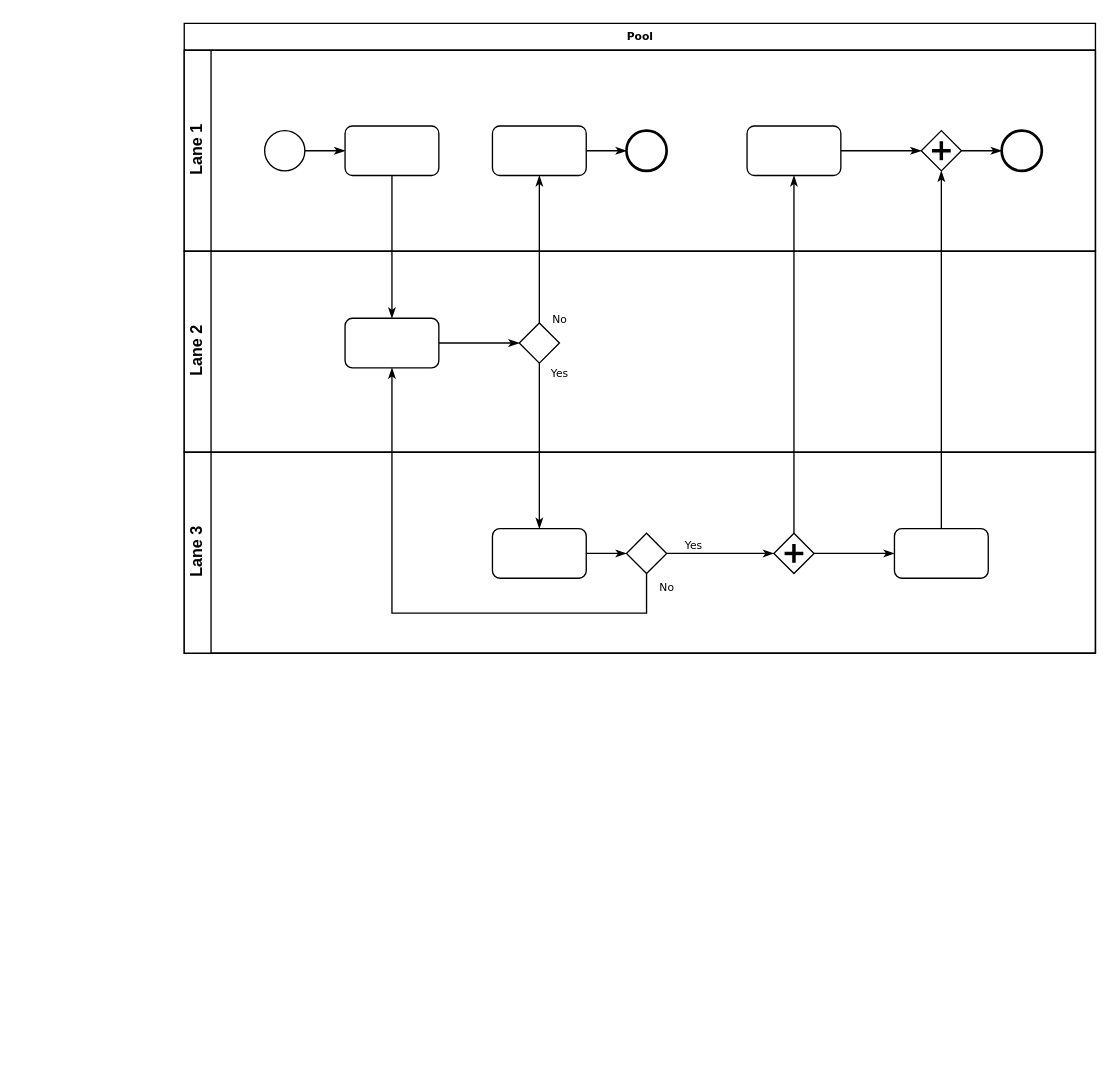
Before: Untitled Diagram.drawio in tug49083/test, a draw.io diagram. Source tidied: cells renumbered, new cells numbered last; positions are measured from the earlier drawing's top-left corner, leaving out a move shared by most shapes. Both pictures are drawn from the tidied source at 134%, with x=0, y=0 at pixel (184, 23).
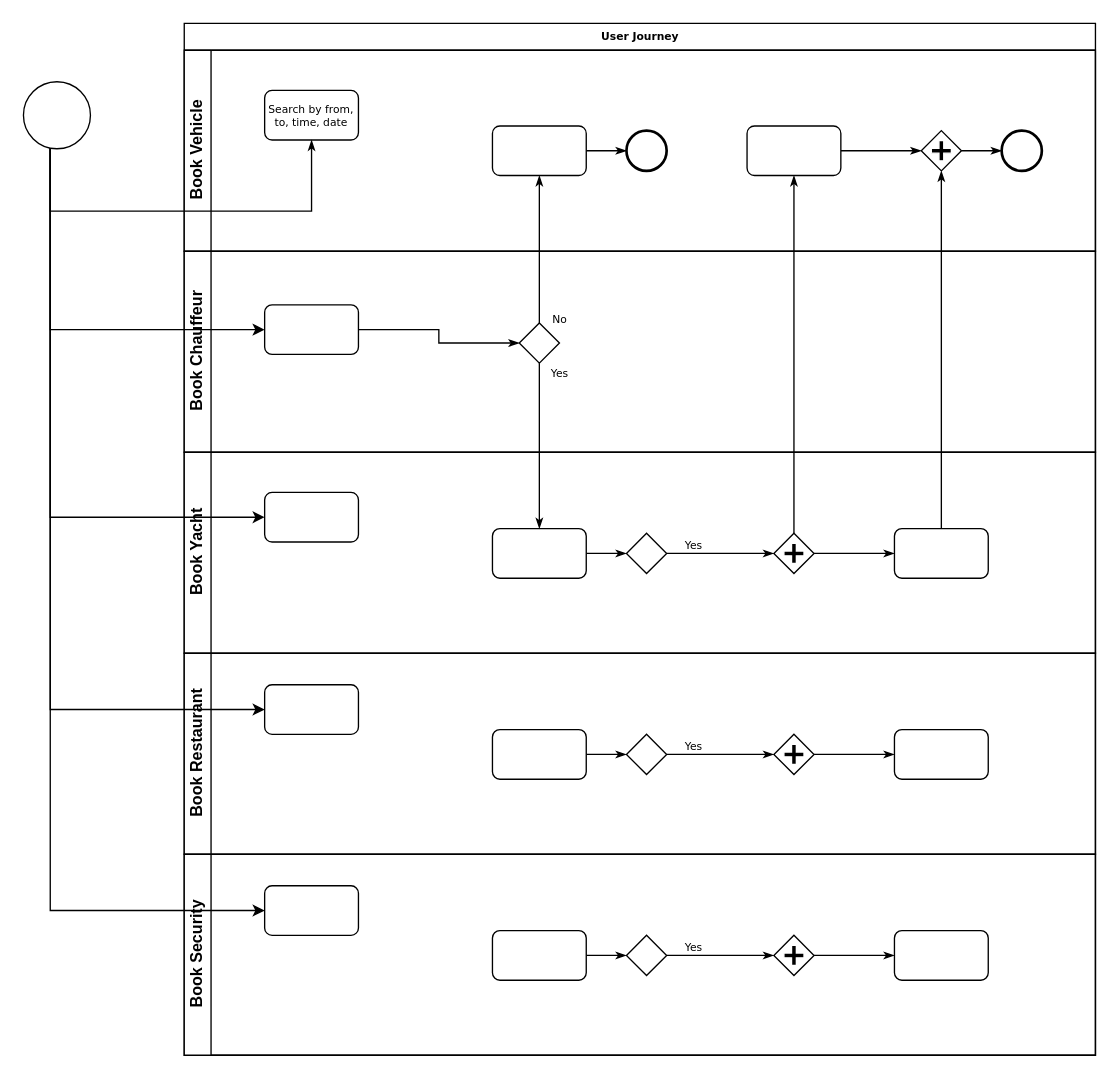
The same diagram, later.

The change refers to these unchanged cells:
```xml
<mxCell id="23" style="strokeWidth=1;html=1;shape=mxgraph.flowchart.decision;whiteSpace=wrap;rounded=1;shadow=0;labelBackgroundColor=none;fontFamily=Verdana;fontSize=8;align=center;" parent="19" vertex="1">
  <mxGeometry x="330" y="60.5" width="30" height="30" as="geometry" />
</mxCell>
```

Diff of the diagram source:
```diff
@@
-    <mxCell id="2" value="Pool" style="swimlane;html=1;horizontal=1;startSize=20;rounded=0;shadow=0;labelBackgroundColor=none;strokeWidth=1;fontFamily=Verdana;fontSize=8;align=center;" parent="1" vertex="1">
-      <mxGeometry width="680" height="470" as="geometry" />
+    <mxCell id="2" value="User Journey" style="swimlane;html=1;horizontal=1;startSize=20;rounded=0;shadow=0;labelBackgroundColor=none;strokeWidth=1;fontFamily=Verdana;fontSize=8;align=center;" parent="1" vertex="1">
+      <mxGeometry width="680" height="770" as="geometry" />
     </mxCell>
-    <mxCell id="3" value="Lane 1" style="swimlane;html=1;startSize=20;horizontal=0;" parent="2" vertex="1">
+    <mxCell id="3" value="Book Vehicle" style="swimlane;html=1;startSize=20;horizontal=0;" parent="2" vertex="1">
       <mxGeometry y="20" width="680" height="150" as="geometry" />
     </mxCell>
-    <mxCell id="4" style="edgeStyle=orthogonalEdgeStyle;rounded=0;html=1;labelBackgroundColor=none;startArrow=none;startFill=0;startSize=5;endArrow=classicThin;endFill=1;endSize=5;jettySize=auto;strokeWidth=1;fontFamily=Verdana;fontSize=8;" parent="3" edge="1" source="5" target="6">
-      <mxGeometry relative="1" as="geometry" />
-    </mxCell>
-    <mxCell id="5" style="ellipse;whiteSpace=wrap;html=1;rounded=0;shadow=0;labelBackgroundColor=none;strokeWidth=1;fontFamily=Verdana;fontSize=8;align=center;" parent="3" vertex="1">
-      <mxGeometry x="60" y="60" width="30" height="30" as="geometry" />
-    </mxCell>
-    <mxCell id="6" style="rounded=1;whiteSpace=wrap;html=1;shadow=0;labelBackgroundColor=none;strokeWidth=1;fontFamily=Verdana;fontSize=8;align=center;" parent="3" vertex="1">
-      <mxGeometry x="120" y="56.5" width="70" height="37" as="geometry" />
+    <mxCell id="6" value="Search by from, to, time, date" style="rounded=1;whiteSpace=wrap;html=1;shadow=0;labelBackgroundColor=none;strokeWidth=1;fontFamily=Verdana;fontSize=8;align=center;" parent="3" vertex="1">
+      <mxGeometry x="60" y="30" width="70" height="37" as="geometry" />
     </mxCell>
@@
-    <mxCell id="15" value="Lane 2" style="swimlane;html=1;startSize=20;horizontal=0;" parent="2" vertex="1">
+    <mxCell id="15" value="Book Chauffeur" style="swimlane;html=1;startSize=20;horizontal=0;" parent="2" vertex="1">
       <mxGeometry y="170" width="680" height="150" as="geometry" />
     </mxCell>
@@
     <mxCell id="17" style="rounded=1;whiteSpace=wrap;html=1;shadow=0;labelBackgroundColor=none;strokeWidth=1;fontFamily=Verdana;fontSize=8;align=center;" parent="15" vertex="1">
-      <mxGeometry x="120" y="50" width="70" height="37" as="geometry" />
+      <mxGeometry x="60" y="40" width="70" height="37" as="geometry" />
     </mxCell>
@@
-    <mxCell id="19" value="Lane 3" style="swimlane;html=1;startSize=20;horizontal=0;" parent="2" vertex="1">
+    <mxCell id="19" value="Book Yacht" style="swimlane;html=1;startSize=20;horizontal=0;" parent="2" vertex="1">
       <mxGeometry y="320" width="680" height="150" as="geometry" />
     </mxCell>
@@
-    <mxCell id="27" style="edgeStyle=orthogonalEdgeStyle;rounded=0;html=1;labelBackgroundColor=none;startArrow=none;startFill=0;startSize=5;endArrow=classicThin;endFill=1;endSize=5;jettySize=auto;strokeWidth=1;fontFamily=Verdana;fontSize=8;" parent="2" edge="1" source="6" target="17">
-      <mxGeometry relative="1" as="geometry" />
-    </mxCell>
+    <mxCell id="33" style="rounded=1;whiteSpace=wrap;html=1;shadow=0;labelBackgroundColor=none;strokeWidth=1;fontFamily=Verdana;fontSize=8;align=center;" parent="19" vertex="1">
+      <mxGeometry x="60" y="30" width="70" height="37" as="geometry" />
+    </mxCell>
+    <mxCell id="34" value="Book Restaurant" style="swimlane;html=1;startSize=20;horizontal=0;" parent="2" vertex="1">
+      <mxGeometry y="470" width="680" height="150" as="geometry" />
+    </mxCell>
+    <mxCell id="35" style="edgeStyle=orthogonalEdgeStyle;rounded=0;html=1;labelBackgroundColor=none;startArrow=none;startFill=0;startSize=5;endArrow=classicThin;endFill=1;endSize=5;jettySize=auto;strokeWidth=1;fontFamily=Verdana;fontSize=8;" parent="34" edge="1" source="36" target="38">
+      <mxGeometry relative="1" as="geometry" />
+    </mxCell>
+    <mxCell id="36" style="rounded=1;whiteSpace=wrap;html=1;shadow=0;labelBackgroundColor=none;strokeWidth=1;fontFamily=Verdana;fontSize=8;align=center;" parent="34" vertex="1">
+      <mxGeometry x="230" y="57" width="70" height="37" as="geometry" />
+    </mxCell>
+    <mxCell id="37" value="Yes" style="edgeStyle=orthogonalEdgeStyle;rounded=0;html=1;entryX=0;entryY=0.5;labelBackgroundColor=none;startArrow=none;startFill=0;startSize=5;endArrow=classicThin;endFill=1;endSize=5;jettySize=auto;strokeWidth=1;fontFamily=Verdana;fontSize=8;" parent="34" edge="1" source="38" target="40">
+      <mxGeometry x="-0.5" y="6" relative="1" as="geometry" />
+    </mxCell>
+    <mxCell id="38" style="strokeWidth=1;html=1;shape=mxgraph.flowchart.decision;whiteSpace=wrap;rounded=1;shadow=0;labelBackgroundColor=none;fontFamily=Verdana;fontSize=8;align=center;" parent="34" vertex="1">
+      <mxGeometry x="330" y="60.5" width="30" height="30" as="geometry" />
+    </mxCell>
+    <mxCell id="39" style="edgeStyle=orthogonalEdgeStyle;rounded=0;html=1;labelBackgroundColor=none;startArrow=none;startFill=0;startSize=5;endArrow=classicThin;endFill=1;endSize=5;jettySize=auto;strokeColor=#000000;strokeWidth=1;fontFamily=Verdana;fontSize=8;fontColor=#000000;" parent="34" edge="1" source="40" target="41">
+      <mxGeometry relative="1" as="geometry" />
+    </mxCell>
+    <mxCell id="40" style="shape=mxgraph.bpmn.shape;html=1;verticalLabelPosition=bottom;labelBackgroundColor=#ffffff;verticalAlign=top;perimeter=rhombusPerimeter;background=gateway;outline=none;symbol=parallelGw;rounded=1;shadow=0;strokeWidth=1;fontFamily=Verdana;fontSize=8;align=center;" parent="34" vertex="1">
+      <mxGeometry x="440" y="60.5" width="30" height="30" as="geometry" />
+    </mxCell>
+    <mxCell id="41" style="rounded=1;whiteSpace=wrap;html=1;shadow=0;labelBackgroundColor=none;strokeWidth=1;fontFamily=Verdana;fontSize=8;align=center;" parent="34" vertex="1">
+      <mxGeometry x="530" y="57" width="70" height="37" as="geometry" />
+    </mxCell>
+    <mxCell id="42" style="rounded=1;whiteSpace=wrap;html=1;shadow=0;labelBackgroundColor=none;strokeWidth=1;fontFamily=Verdana;fontSize=8;align=center;" parent="34" vertex="1">
+      <mxGeometry x="60" y="23.5" width="70" height="37" as="geometry" />
+    </mxCell>
+    <mxCell id="43" value="Book Security" style="swimlane;html=1;startSize=20;horizontal=0;" parent="2" vertex="1">
+      <mxGeometry y="620" width="680" height="150" as="geometry" />
+    </mxCell>
+    <mxCell id="44" style="edgeStyle=orthogonalEdgeStyle;rounded=0;html=1;labelBackgroundColor=none;startArrow=none;startFill=0;startSize=5;endArrow=classicThin;endFill=1;endSize=5;jettySize=auto;strokeWidth=1;fontFamily=Verdana;fontSize=8;" parent="43" edge="1" source="45" target="47">
+      <mxGeometry relative="1" as="geometry" />
+    </mxCell>
+    <mxCell id="45" style="rounded=1;whiteSpace=wrap;html=1;shadow=0;labelBackgroundColor=none;strokeWidth=1;fontFamily=Verdana;fontSize=8;align=center;" parent="43" vertex="1">
+      <mxGeometry x="230" y="57" width="70" height="37" as="geometry" />
+    </mxCell>
+    <mxCell id="46" value="Yes" style="edgeStyle=orthogonalEdgeStyle;rounded=0;html=1;entryX=0;entryY=0.5;labelBackgroundColor=none;startArrow=none;startFill=0;startSize=5;endArrow=classicThin;endFill=1;endSize=5;jettySize=auto;strokeWidth=1;fontFamily=Verdana;fontSize=8;" parent="43" edge="1" source="47" target="49">
+      <mxGeometry x="-0.5" y="6" relative="1" as="geometry" />
+    </mxCell>
+    <mxCell id="47" style="strokeWidth=1;html=1;shape=mxgraph.flowchart.decision;whiteSpace=wrap;rounded=1;shadow=0;labelBackgroundColor=none;fontFamily=Verdana;fontSize=8;align=center;" parent="43" vertex="1">
+      <mxGeometry x="330" y="60.5" width="30" height="30" as="geometry" />
+    </mxCell>
+    <mxCell id="48" style="edgeStyle=orthogonalEdgeStyle;rounded=0;html=1;labelBackgroundColor=none;startArrow=none;startFill=0;startSize=5;endArrow=classicThin;endFill=1;endSize=5;jettySize=auto;strokeColor=#000000;strokeWidth=1;fontFamily=Verdana;fontSize=8;fontColor=#000000;" parent="43" edge="1" source="49" target="50">
+      <mxGeometry relative="1" as="geometry" />
+    </mxCell>
+    <mxCell id="49" style="shape=mxgraph.bpmn.shape;html=1;verticalLabelPosition=bottom;labelBackgroundColor=#ffffff;verticalAlign=top;perimeter=rhombusPerimeter;background=gateway;outline=none;symbol=parallelGw;rounded=1;shadow=0;strokeWidth=1;fontFamily=Verdana;fontSize=8;align=center;" parent="43" vertex="1">
+      <mxGeometry x="440" y="60.5" width="30" height="30" as="geometry" />
+    </mxCell>
+    <mxCell id="50" style="rounded=1;whiteSpace=wrap;html=1;shadow=0;labelBackgroundColor=none;strokeWidth=1;fontFamily=Verdana;fontSize=8;align=center;" parent="43" vertex="1">
+      <mxGeometry x="530" y="57" width="70" height="37" as="geometry" />
+    </mxCell>
+    <mxCell id="51" style="rounded=1;whiteSpace=wrap;html=1;shadow=0;labelBackgroundColor=none;strokeWidth=1;fontFamily=Verdana;fontSize=8;align=center;" parent="43" vertex="1">
+      <mxGeometry x="60" y="23.5" width="70" height="37" as="geometry" />
+    </mxCell>
@@
-    <mxCell id="31" value="No" style="edgeStyle=orthogonalEdgeStyle;rounded=0;html=1;labelBackgroundColor=none;startArrow=none;startFill=0;startSize=5;endArrow=classicThin;endFill=1;endSize=5;jettySize=auto;strokeWidth=1;fontFamily=Verdana;fontSize=8;" parent="2" edge="1" source="23" target="17">
-      <mxGeometry x="-0.95" y="15" relative="1" as="geometry">
-        <Array as="points">
-          <mxPoint x="345" y="440" />
-          <mxPoint x="155" y="440" />
-        </Array>
-      </mxGeometry>
-    </mxCell>
@@
+    <mxCell id="52" style="edgeStyle=orthogonalEdgeStyle;rounded=0;jettySize=auto;html=1;entryX=0;entryY=0.5;entryDx=0;entryDy=0;" parent="1" edge="1" source="5" target="17">
+      <mxGeometry relative="1" as="geometry">
+        <Array as="points">
+          <mxPoint x="-100" y="229" />
+        </Array>
+      </mxGeometry>
+    </mxCell>
+    <mxCell id="53" style="edgeStyle=orthogonalEdgeStyle;rounded=0;jettySize=auto;html=1;entryX=0;entryY=0.5;entryDx=0;entryDy=0;" parent="1" edge="1" source="5" target="33">
+      <mxGeometry relative="1" as="geometry">
+        <Array as="points">
+          <mxPoint x="-100" y="369" />
+        </Array>
+      </mxGeometry>
+    </mxCell>
+    <mxCell id="54" style="edgeStyle=orthogonalEdgeStyle;rounded=0;jettySize=auto;html=1;entryX=0;entryY=0.5;entryDx=0;entryDy=0;" parent="1" edge="1" source="5" target="42">
+      <mxGeometry relative="1" as="geometry">
+        <Array as="points">
+          <mxPoint x="-100" y="512" />
+        </Array>
+      </mxGeometry>
+    </mxCell>
+    <mxCell id="55" style="edgeStyle=orthogonalEdgeStyle;rounded=0;jettySize=auto;html=1;entryX=0;entryY=0.5;entryDx=0;entryDy=0;" parent="1" edge="1" source="5" target="51">
+      <mxGeometry relative="1" as="geometry">
+        <Array as="points">
+          <mxPoint x="-100" y="662" />
+        </Array>
+      </mxGeometry>
+    </mxCell>
+    <mxCell id="5" style="ellipse;whiteSpace=wrap;html=1;rounded=0;shadow=0;labelBackgroundColor=none;strokeWidth=1;fontFamily=Verdana;fontSize=8;align=center;" parent="1" vertex="1">
+      <mxGeometry x="-120" y="43.5" width="50" height="50" as="geometry" />
+    </mxCell>
+    <mxCell id="4" style="edgeStyle=orthogonalEdgeStyle;rounded=0;html=1;labelBackgroundColor=none;startArrow=none;startFill=0;startSize=5;endArrow=classicThin;endFill=1;endSize=5;jettySize=auto;strokeWidth=1;fontFamily=Verdana;fontSize=8;" parent="1" edge="1" source="5" target="6">
+      <mxGeometry relative="1" as="geometry">
+        <Array as="points">
+          <mxPoint x="-100" y="140" />
+          <mxPoint x="95" y="140" />
+        </Array>
+      </mxGeometry>
+    </mxCell>
```
